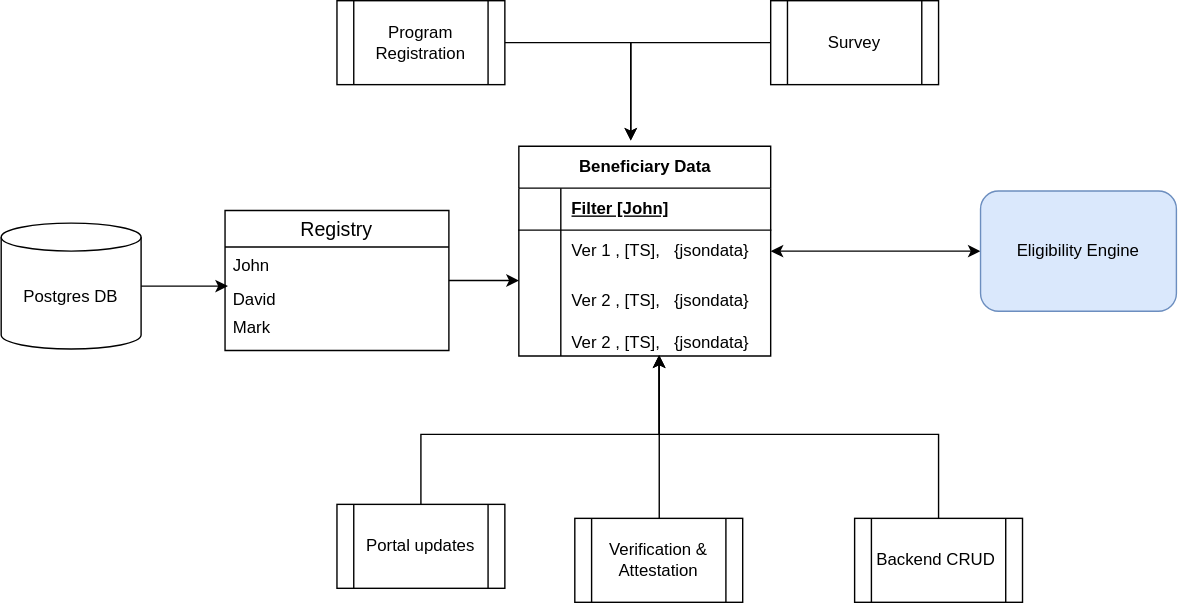
The draw.io diagram .gitbook/assets/program_data.drawio.svg in OpenG2P/openg2p-documentation, before a commit. Source tidied: cells renumbered, new cells last; positions are measured from the earlier drawing's top-left corner, leaving out a move shared by most shapes.
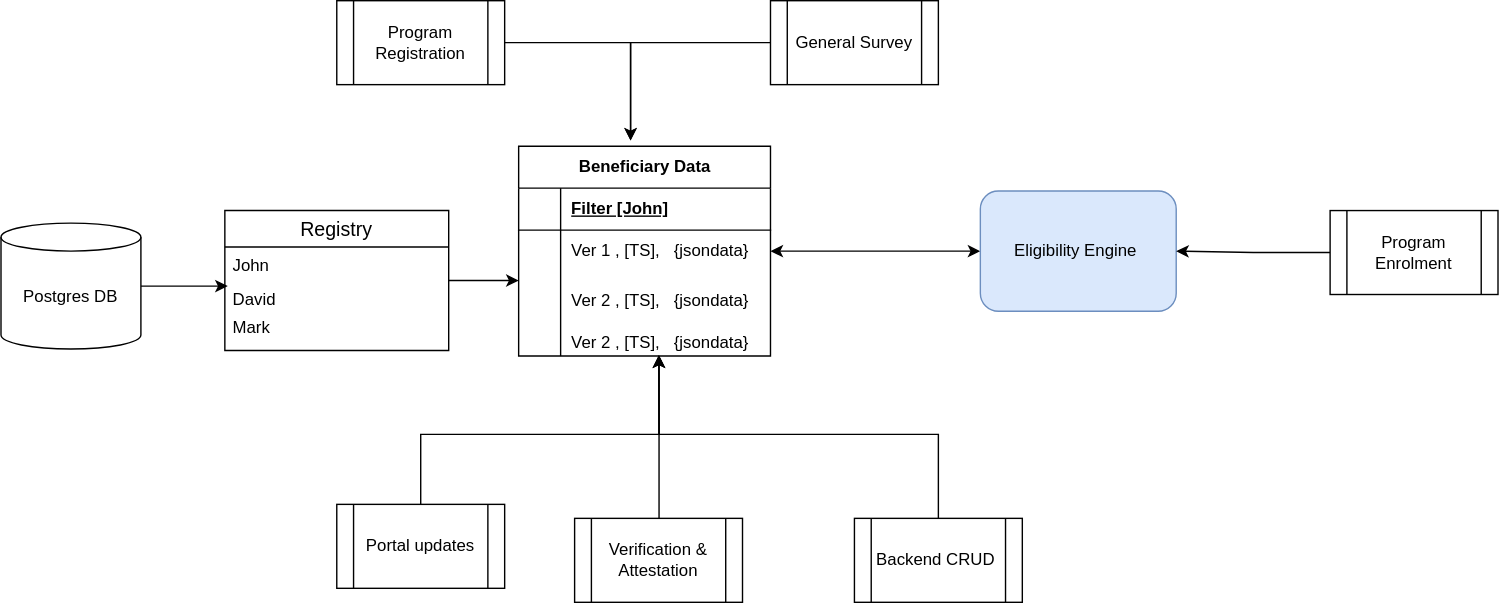
After the commit.

The edit, as a diff of the source:
```diff
@@ -24,7 +24,7 @@
         <mxPoint x="450" y="100" as="targetPoint" />
       </mxGeometry>
     </mxCell>
-    <mxCell id="8" value="Survey" style="shape=process;whiteSpace=wrap;html=1;backgroundOutline=1;" parent="1" vertex="1">
+    <mxCell id="8" value="General Survey" style="shape=process;whiteSpace=wrap;html=1;backgroundOutline=1;" parent="1" vertex="1">
       <mxGeometry x="550" width="120" height="60" as="geometry" />
     </mxCell>
     <mxCell id="9" style="edgeStyle=orthogonalEdgeStyle;rounded=0;jettySize=auto;html=1;entryX=0.557;entryY=0.982;entryDx=0;entryDy=0;entryPerimeter=0;exitX=0.5;exitY=0;exitDx=0;exitDy=0;" parent="1" edge="1" source="10" target="30">
@@ -119,8 +119,14 @@
     <mxCell id="34" style="edgeStyle=orthogonalEdgeStyle;rounded=0;jettySize=auto;html=1;entryX=1;entryY=0.5;entryDx=0;entryDy=0;startArrow=classic;startFill=1;" parent="1" edge="1" source="35" target="24">
       <mxGeometry relative="1" as="geometry" />
     </mxCell>
-    <mxCell id="35" value="Eligibility Engine" style="rounded=1;whiteSpace=wrap;html=1;fillColor=#dae8fc;strokeColor=#6c8ebf;" parent="1" vertex="1">
+    <mxCell id="35" value="Eligibility Engine&amp;nbsp;" style="rounded=1;whiteSpace=wrap;html=1;fillColor=#dae8fc;strokeColor=#6c8ebf;" parent="1" vertex="1">
       <mxGeometry x="700" y="136" width="140" height="86" as="geometry" />
     </mxCell>
+    <mxCell id="36" style="edgeStyle=orthogonalEdgeStyle;rounded=0;jettySize=auto;html=1;entryX=1;entryY=0.5;entryDx=0;entryDy=0;" parent="1" edge="1" source="37" target="35">
+      <mxGeometry relative="1" as="geometry" />
+    </mxCell>
+    <mxCell id="37" value="Program Enrolment" style="shape=process;whiteSpace=wrap;html=1;backgroundOutline=1;" parent="1" vertex="1">
+      <mxGeometry x="950" y="150" width="120" height="60" as="geometry" />
+    </mxCell>
   </root>
 </mxGraphModel>
```
